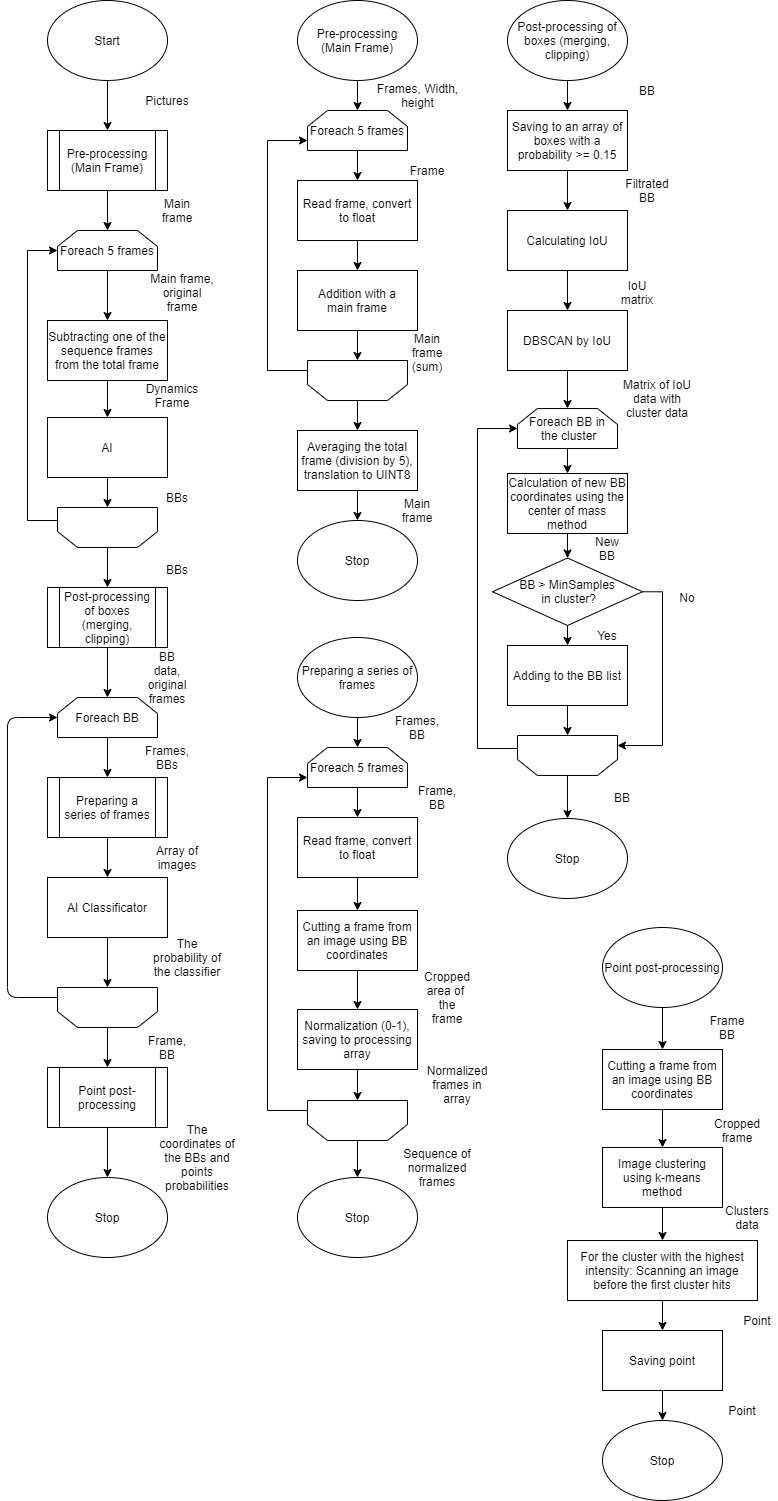
The draw.io diagram data/Scheme-eng.png in Vladislav26Laptev/Smoke_detection, before a commit. Source tidied: cells renumbered, new cells last; positions are measured from the earlier drawing's top-left corner, leaving out a move shared by most shapes.
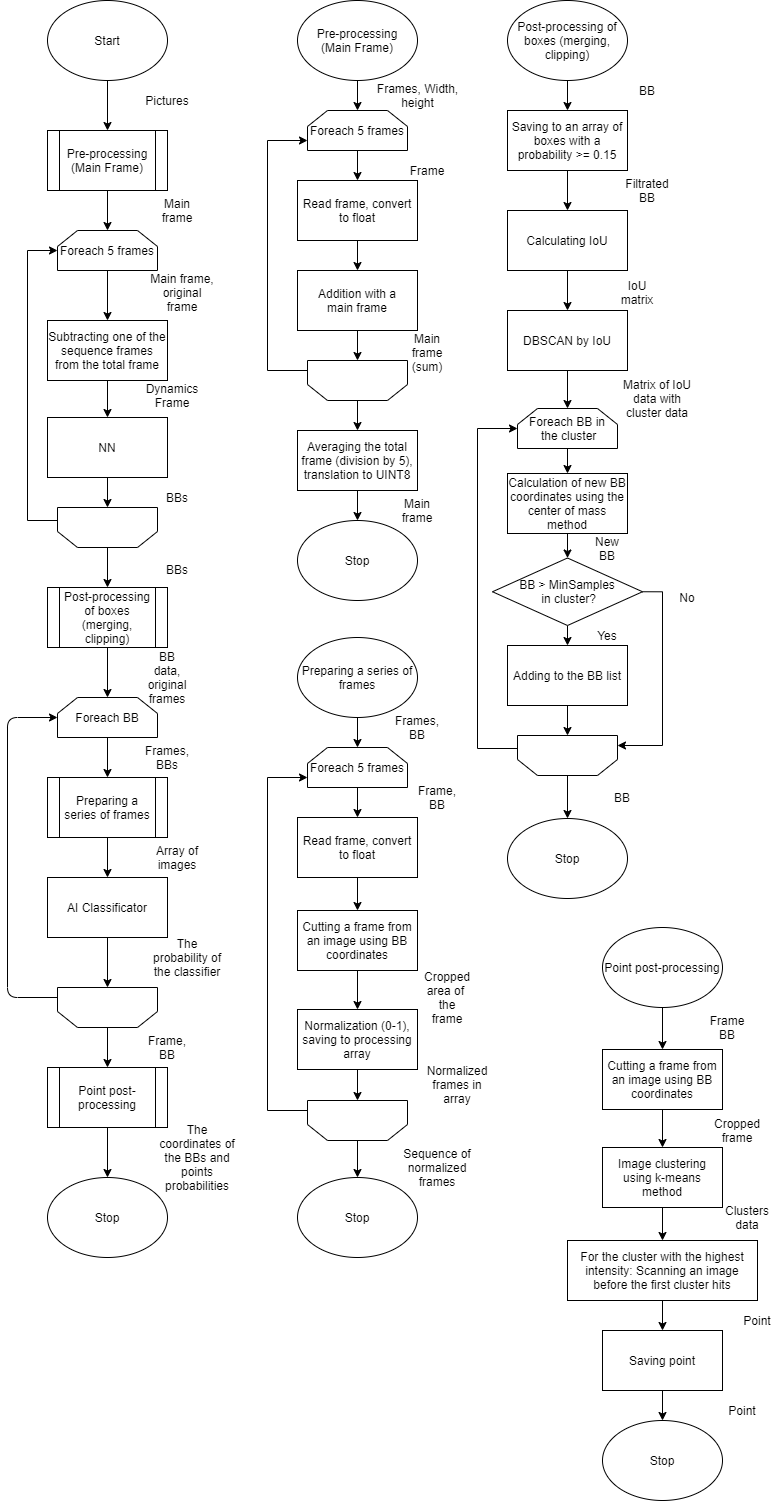
The same file after the commit.

What changed in the source:
```diff
@@ -154,7 +154,7 @@
     <mxCell id="45" style="edgeStyle=orthogonalEdgeStyle;rounded=0;jettySize=auto;html=1;exitX=0.5;exitY=1;exitDx=0;exitDy=0;entryX=0.5;entryY=1;entryDx=0;entryDy=0;" parent="1" edge="1" source="46" target="42">
       <mxGeometry relative="1" as="geometry" />
     </mxCell>
-    <mxCell id="46" value="AI" style="rounded=0;whiteSpace=wrap;html=1;" parent="1" vertex="1">
+    <mxCell id="46" value="NN" style="rounded=0;whiteSpace=wrap;html=1;" parent="1" vertex="1">
       <mxGeometry x="40" y="417" width="120" height="60" as="geometry" />
     </mxCell>
     <mxCell id="47" style="edgeStyle=orthogonalEdgeStyle;rounded=0;jettySize=auto;html=1;exitX=0.5;exitY=1;exitDx=0;exitDy=0;entryX=0.5;entryY=0;entryDx=0;entryDy=0;" parent="1" edge="1" source="48" target="44">
```
